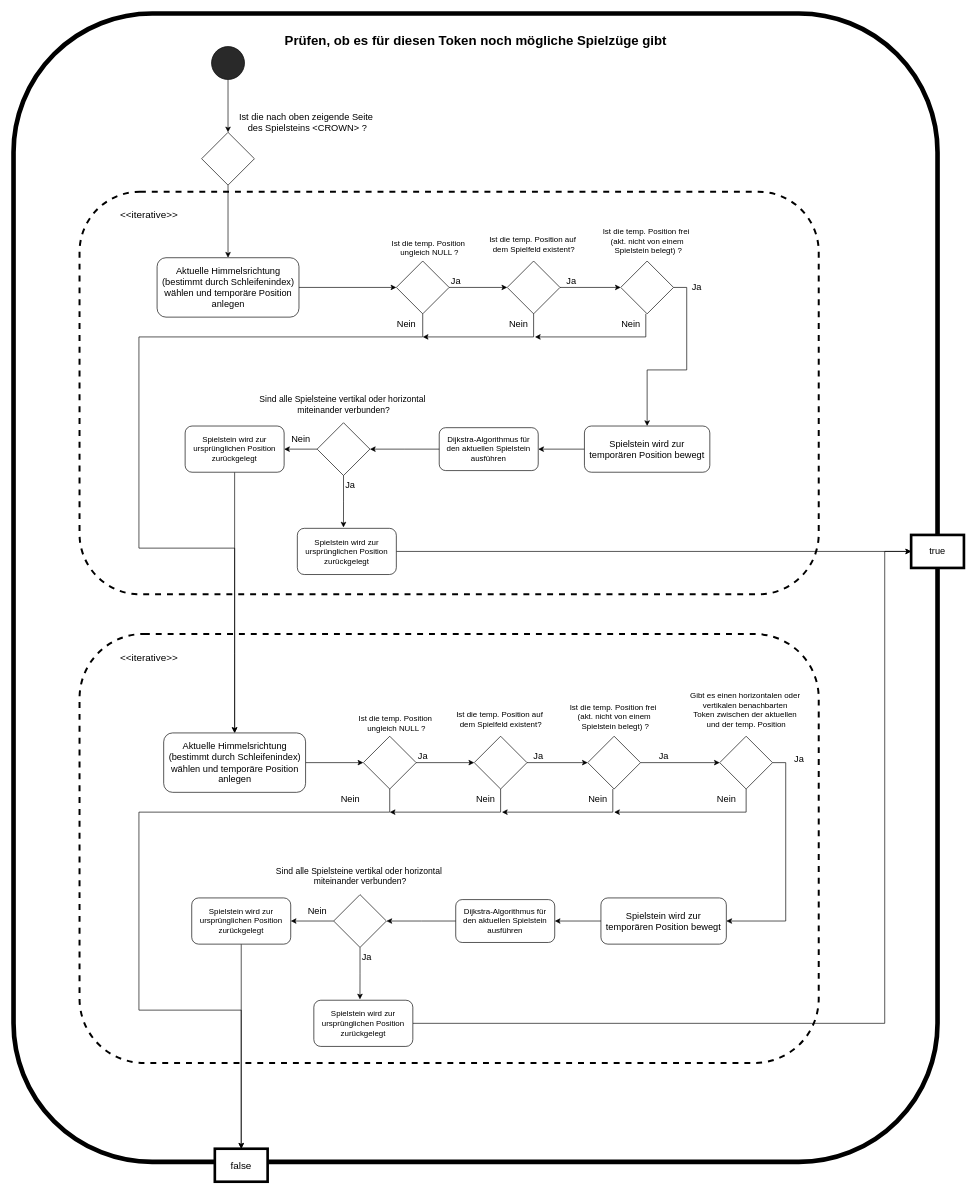
Above: token_possibleMove.drawio in schaefereric/uml-stash (draw.io), before the change. Source tidied: cells renumbered, new cells numbered last; positions are measured from the earlier drawing's top-left corner, leaving out a move shared by most shapes. Both pictures are drawn from the tidied source at 66%, with x=0, y=0 at pixel (13, 13).
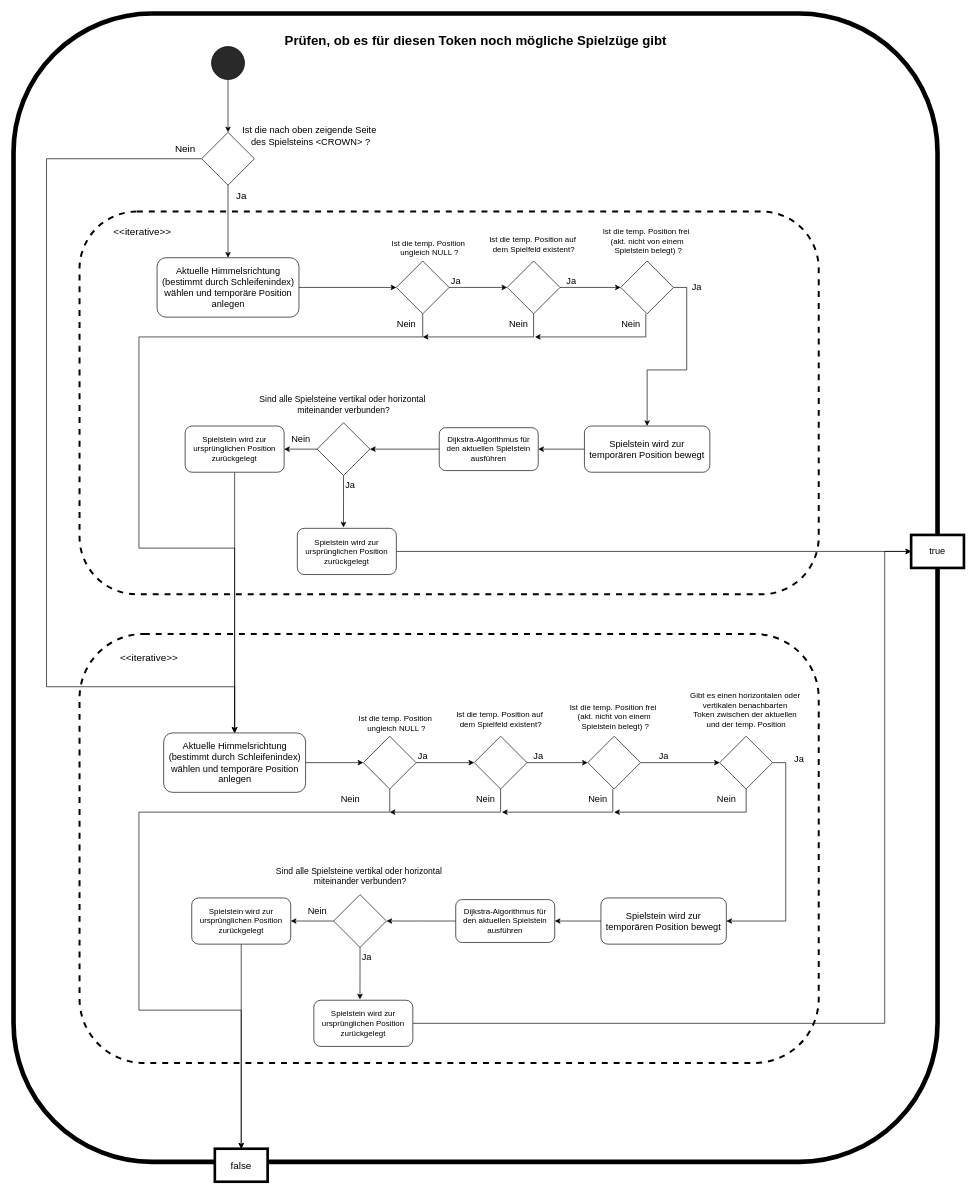
After the change.

Commit message:
etzala jetzedle

The change refers to these unchanged cells:
```xml
<mxCell id="7" style="rhombus;whiteSpace=wrap;html=1;" parent="1" vertex="1">
  <mxGeometry x="285" y="180" width="80" height="80" as="geometry" />
</mxCell>
<mxCell id="40" value="&lt;font style=&quot;font-size: 14px;&quot;&gt;Aktuelle Himmelsrichtung (bestimmt durch Schleifenindex) wählen und temporäre Position anlegen&lt;br&gt;&lt;/font&gt;" style="rounded=1;whiteSpace=wrap;html=1;" parent="1" vertex="1">
  <mxGeometry x="227.5" y="1090" width="215" height="90" as="geometry" />
</mxCell>
```

What changed in the source:
```diff
@@
     <mxCell id="3" style="rounded=1;whiteSpace=wrap;html=1;fillColor=none;dashed=1;strokeWidth=3;" parent="1" vertex="1">
-      <mxGeometry x="100" y="270" width="1120" height="610" as="geometry" />
+      <mxGeometry x="100" y="300" width="1120" height="580" as="geometry" />
     </mxCell>
@@
+    <mxCell id="89" style="edgeStyle=orthogonalEdgeStyle;rounded=0;jettySize=auto;html=1;exitX=0;exitY=0.5;exitDx=0;exitDy=0;entryX=0.5;entryY=0;entryDx=0;entryDy=0;" parent="1" edge="1" source="7" target="40">
+      <mxGeometry relative="1" as="geometry">
+        <Array as="points">
+          <mxPoint x="50" y="220" />
+          <mxPoint x="50" y="1020" />
+          <mxPoint x="335" y="1020" />
+        </Array>
+      </mxGeometry>
+    </mxCell>
@@
     <mxCell id="8" value="&lt;div&gt;&lt;font style=&quot;font-size: 14px;&quot;&gt;Ist die nach oben zeigende Seite&amp;nbsp;&lt;/font&gt;&lt;/div&gt;&lt;div&gt;&lt;font style=&quot;font-size: 14px;&quot;&gt;des Spielsteins &amp;lt;CROWN&amp;gt; ?&lt;/font&gt;&lt;/div&gt;" style="text;html=1;align=center;verticalAlign=middle;strokeColor=none;fillColor=none;" parent="1" vertex="1">
-      <mxGeometry x="330" y="140" width="230" height="50" as="geometry" />
+      <mxGeometry x="335" y="160" width="230" height="50" as="geometry" />
     </mxCell>
     <mxCell id="9" value="&lt;font style=&quot;font-size: 15px;&quot;&gt;&amp;lt;&amp;lt;iterative&amp;gt;&amp;gt;&lt;/font&gt;" style="text;html=1;align=center;verticalAlign=middle;strokeColor=none;fillColor=none;" parent="1" vertex="1">
-      <mxGeometry x="150" y="290" width="110" height="30" as="geometry" />
+      <mxGeometry x="140" y="315" width="110" height="30" as="geometry" />
     </mxCell>
@@
+    <mxCell id="90" value="&lt;div style=&quot;font-size: 13px;&quot;&gt;&lt;font style=&quot;font-size: 15px;&quot;&gt;Ja&lt;/font&gt;&lt;/div&gt;" style="text;html=1;align=center;verticalAlign=middle;strokeColor=none;fillColor=none;" parent="1" vertex="1">
+      <mxGeometry x="325" y="260" width="40" height="30" as="geometry" />
+    </mxCell>
+    <mxCell id="91" value="&lt;font style=&quot;font-size: 15px;&quot;&gt;Nein&lt;/font&gt;" style="text;html=1;align=center;verticalAlign=middle;strokeColor=none;fillColor=none;" parent="1" vertex="1">
+      <mxGeometry x="235" y="190" width="50" height="30" as="geometry" />
+    </mxCell>
```
